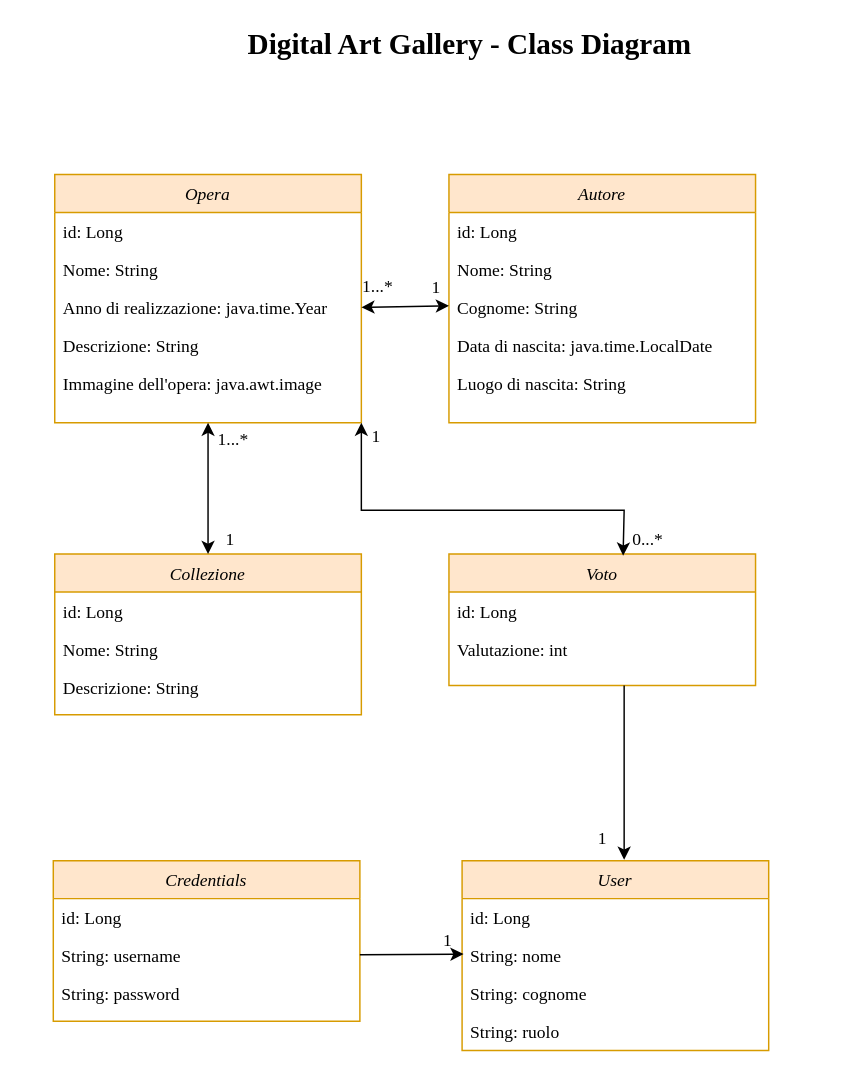
The draw.io diagram SIW-Digital-Art-Gallery-2022-Class_Diagram/SIW_Digital_Art_Gallery-Class_Diagram.drawio in DavideTedesco/SIW-Digital-Art-Gallery-2022, before the edit. Source tidied: cells renumbered, new cells numbered last; positions are measured from the earlier drawing's top-left corner, leaving out a move shared by most shapes. Both pictures are drawn from the tidied source at 146%, with x=0, y=0 at pixel (53, 28).
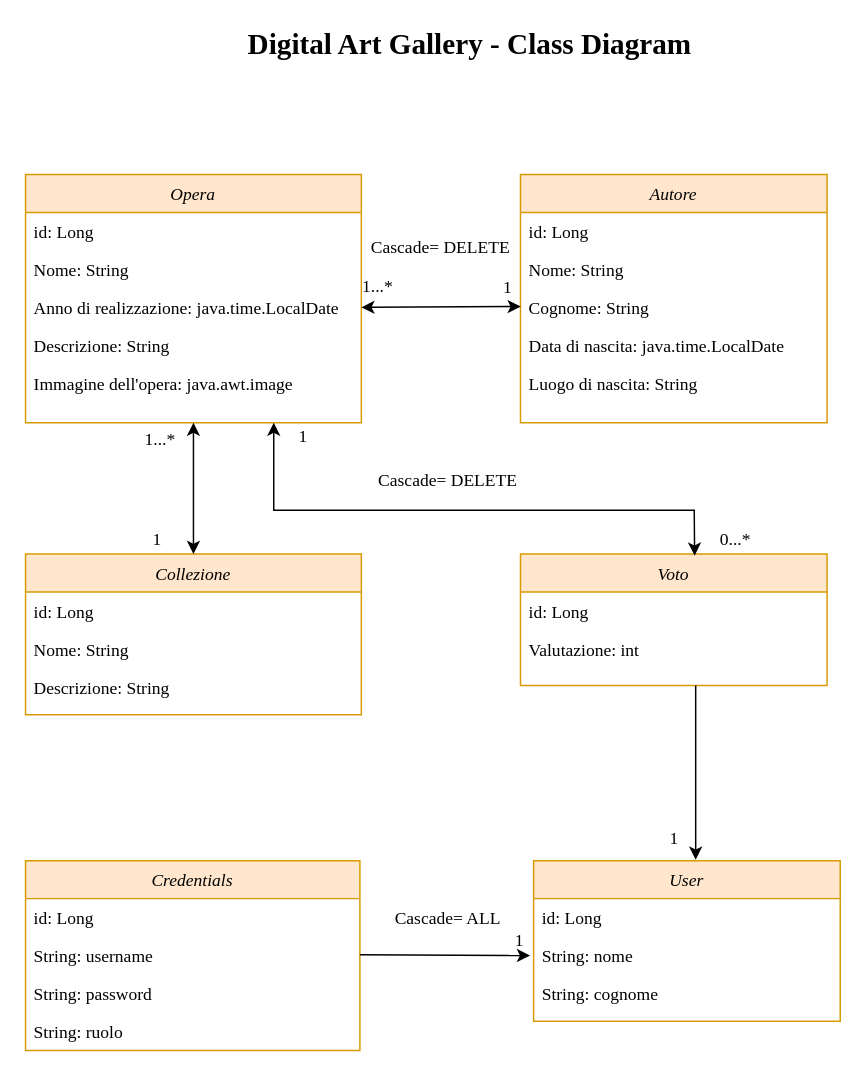
After the change.

Diff of the diagram source:
```diff
@@
     <mxCell id="2" value="Autore" style="swimlane;fontStyle=2;align=center;verticalAlign=top;horizontal=1;startSize=26;rounded=0;shadow=0;strokeWidth=1;fillColor=#ffe6cc;strokeColor=#d79b00;fontFamily=Garamond;" parent="1" vertex="1">
-      <mxGeometry x="271" y="100" width="210" height="170" as="geometry" />
+      <mxGeometry x="320" y="100" width="210" height="170" as="geometry" />
     </mxCell>
@@
     <mxCell id="8" value="Opera" style="swimlane;fontStyle=2;align=center;verticalAlign=top;horizontal=1;startSize=26;rounded=0;shadow=0;strokeWidth=1;fillColor=#ffe6cc;strokeColor=#d79b00;fontFamily=Garamond;" parent="1" vertex="1">
-      <mxGeometry x="1" y="100" width="210" height="170" as="geometry" />
+      <mxGeometry x="-19" y="100" width="230" height="170" as="geometry" />
     </mxCell>
     <mxCell id="9" value="id: Long" style="text;align=left;verticalAlign=top;spacingLeft=4;spacingRight=4;overflow=hidden;fontFamily=Garamond;" parent="8" vertex="1">
-      <mxGeometry y="26" width="210" height="26" as="geometry" />
+      <mxGeometry y="26" width="230" height="26" as="geometry" />
     </mxCell>
     <mxCell id="10" value="Nome: String" style="text;align=left;verticalAlign=top;spacingLeft=4;spacingRight=4;overflow=hidden;fontFamily=Garamond;" parent="8" vertex="1">
-      <mxGeometry y="52" width="210" height="26" as="geometry" />
+      <mxGeometry y="52" width="230" height="26" as="geometry" />
     </mxCell>
-    <mxCell id="11" value="Anno di realizzazione: java.time.Year" style="text;align=left;verticalAlign=top;spacingLeft=4;spacingRight=4;overflow=hidden;fontFamily=Garamond;" parent="8" vertex="1">
-      <mxGeometry y="78" width="210" height="26" as="geometry" />
+    <mxCell id="11" value="Anno di realizzazione: java.time.LocalDate" style="text;align=left;verticalAlign=top;spacingLeft=4;spacingRight=4;overflow=hidden;fontFamily=Garamond;" parent="8" vertex="1">
+      <mxGeometry y="78" width="230" height="26" as="geometry" />
     </mxCell>
     <mxCell id="12" value="Descrizione: String" style="text;align=left;verticalAlign=top;spacingLeft=4;spacingRight=4;overflow=hidden;fontFamily=Garamond;" parent="8" vertex="1">
-      <mxGeometry y="104" width="210" height="26" as="geometry" />
+      <mxGeometry y="104" width="230" height="26" as="geometry" />
     </mxCell>
     <mxCell id="13" value="Immagine dell'opera: java.awt.image" style="text;align=left;verticalAlign=top;spacingLeft=4;spacingRight=4;overflow=hidden;fontStyle=0;fontFamily=Garamond;" parent="8" vertex="1">
-      <mxGeometry y="130" width="210" height="26" as="geometry" />
+      <mxGeometry y="130" width="230" height="26" as="geometry" />
     </mxCell>
@@
     <mxCell id="15" value="Credentials" style="swimlane;fontStyle=2;align=center;verticalAlign=top;horizontal=1;startSize=26;rounded=0;shadow=0;strokeWidth=1;fillColor=#ffe6cc;strokeColor=#d79b00;fontFamily=Garamond;" parent="1" vertex="1">
-      <mxGeometry y="570" width="210" height="110" as="geometry" />
+      <mxGeometry x="-19" y="570" width="229" height="130" as="geometry" />
     </mxCell>
     <mxCell id="16" value="id: Long" style="text;align=left;verticalAlign=top;spacingLeft=4;spacingRight=4;overflow=hidden;fontFamily=Garamond;" parent="15" vertex="1">
-      <mxGeometry y="26" width="210" height="26" as="geometry" />
+      <mxGeometry y="26" width="229" height="26" as="geometry" />
     </mxCell>
     <mxCell id="17" value="String: username" style="text;align=left;verticalAlign=top;spacingLeft=4;spacingRight=4;overflow=hidden;fontFamily=Garamond;" parent="15" vertex="1">
-      <mxGeometry y="52" width="210" height="26" as="geometry" />
+      <mxGeometry y="52" width="229" height="26" as="geometry" />
     </mxCell>
     <mxCell id="18" value="String: password" style="text;align=left;verticalAlign=top;spacingLeft=4;spacingRight=4;overflow=hidden;fontFamily=Garamond;" parent="15" vertex="1">
-      <mxGeometry y="78" width="210" height="26" as="geometry" />
+      <mxGeometry y="78" width="229" height="26" as="geometry" />
     </mxCell>
+    <mxCell id="23" value="String: ruolo" style="text;align=left;verticalAlign=top;spacingLeft=4;spacingRight=4;overflow=hidden;fontFamily=Garamond;" parent="15" vertex="1">
+      <mxGeometry y="104" width="229" height="26" as="geometry" />
+    </mxCell>
     <mxCell id="19" value="User" style="swimlane;fontStyle=2;align=center;verticalAlign=top;horizontal=1;startSize=26;rounded=0;shadow=0;strokeWidth=1;fillColor=#ffe6cc;strokeColor=#d79b00;fontFamily=Garamond;" parent="1" vertex="1">
-      <mxGeometry x="280" y="570" width="210" height="130" as="geometry" />
+      <mxGeometry x="329" y="570" width="210" height="110" as="geometry" />
     </mxCell>
@@
-    <mxCell id="23" value="String: ruolo" style="text;align=left;verticalAlign=top;spacingLeft=4;spacingRight=4;overflow=hidden;fontFamily=Garamond;" parent="19" vertex="1">
-      <mxGeometry y="104" width="210" height="26" as="geometry" />
-    </mxCell>
-    <mxCell id="24" style="endArrow=classic;shadow=0;strokeWidth=1;rounded=0;endFill=1;edgeStyle=elbowEdgeStyle;elbow=vertical;fontFamily=Garamond;" parent="1" edge="1">
+    <mxCell id="24" style="endArrow=classic;shadow=0;strokeWidth=1;rounded=0;endFill=1;edgeStyle=elbowEdgeStyle;elbow=vertical;fontFamily=Garamond;entryX=0.877;entryY=1;entryDx=0;entryDy=0;entryPerimeter=0;" parent="1" edge="1" target="43">
       <mxGeometry x="0.5" y="41" relative="1" as="geometry">
         <mxPoint x="210" y="634.4" as="sourcePoint" />
-        <mxPoint x="281" y="634" as="targetPoint" />
         <mxPoint x="-40" y="32" as="offset" />
       </mxGeometry>
     </mxCell>
     <mxCell id="25" value="Collezione" style="swimlane;fontStyle=2;align=center;verticalAlign=top;horizontal=1;startSize=26;rounded=0;shadow=0;strokeWidth=1;fillColor=#ffe6cc;strokeColor=#d79b00;fontFamily=Garamond;" parent="1" vertex="1">
-      <mxGeometry x="1" y="360" width="210" height="110" as="geometry" />
+      <mxGeometry x="-19" y="360" width="230" height="110" as="geometry" />
     </mxCell>
     <mxCell id="26" value="id: Long" style="text;align=left;verticalAlign=top;spacingLeft=4;spacingRight=4;overflow=hidden;fontFamily=Garamond;" parent="25" vertex="1">
-      <mxGeometry y="26" width="210" height="26" as="geometry" />
+      <mxGeometry y="26" width="230" height="26" as="geometry" />
     </mxCell>
     <mxCell id="27" value="Nome: String" style="text;align=left;verticalAlign=top;spacingLeft=4;spacingRight=4;overflow=hidden;fontFamily=Garamond;" parent="25" vertex="1">
-      <mxGeometry y="52" width="210" height="26" as="geometry" />
+      <mxGeometry y="52" width="230" height="26" as="geometry" />
     </mxCell>
     <mxCell id="28" value="Descrizione: String" style="text;align=left;verticalAlign=top;spacingLeft=4;spacingRight=4;overflow=hidden;fontFamily=Garamond;" parent="25" vertex="1">
-      <mxGeometry y="78" width="210" height="26" as="geometry" />
+      <mxGeometry y="78" width="230" height="26" as="geometry" />
     </mxCell>
@@
-    <mxCell id="30" style="endArrow=classic;startArrow=classic;html=1;rounded=0;fontFamily=Garamond;" parent="1" edge="1">
+    <mxCell id="30" style="endArrow=classic;startArrow=classic;html=1;rounded=0;fontFamily=Garamond;exitX=0.959;exitY=1.123;exitDx=0;exitDy=0;exitPerimeter=0;" parent="1" edge="1" source="41">
       <mxGeometry relative="1" as="geometry">
-        <mxPoint x="271" y="190" as="sourcePoint" />
         <mxPoint x="211" y="191" as="targetPoint" />
       </mxGeometry>
     </mxCell>
     <mxCell id="31" value="1...*" style="align=left;verticalAlign=bottom;labelBackgroundColor=none;fontSize=12;fontFamily=Garamond;" parent="1" vertex="1">
-      <mxGeometry x="111" y="290" as="geometry" />
+      <mxGeometry x="61" y="290" as="geometry" />
     </mxCell>
     <mxCell id="32" value="1" style="text;html=1;align=center;verticalAlign=middle;fillColor=none;strokeColor=none;rounded=0;fontFamily=Garamond;" parent="1" vertex="1">
-      <mxGeometry x="111" y="340" width="20" height="20" as="geometry" />
+      <mxGeometry x="61" y="340" width="20" height="20" as="geometry" />
     </mxCell>
@@
     <mxCell id="34" value="Voto" style="swimlane;fontStyle=2;align=center;verticalAlign=top;horizontal=1;startSize=26;rounded=0;shadow=0;strokeWidth=1;fillColor=#ffe6cc;strokeColor=#d79b00;fontFamily=Garamond;" parent="1" vertex="1">
-      <mxGeometry x="271" y="360" width="210" height="90" as="geometry" />
+      <mxGeometry x="320" y="360" width="210" height="90" as="geometry" />
     </mxCell>
@@
     <mxCell id="37" style="endArrow=classic;shadow=0;strokeWidth=1;rounded=0;endFill=1;edgeStyle=elbowEdgeStyle;elbow=vertical;fontFamily=Garamond;" parent="1" edge="1">
       <mxGeometry x="0.5" y="41" relative="1" as="geometry">
-        <mxPoint x="391" y="450" as="sourcePoint" />
-        <mxPoint x="391" y="569.4" as="targetPoint" />
+        <mxPoint x="440" y="450" as="sourcePoint" />
+        <mxPoint x="440" y="569.4" as="targetPoint" />
         <mxPoint x="-40" y="32" as="offset" />
       </mxGeometry>
     </mxCell>
     <mxCell id="38" value="0...*" style="align=left;verticalAlign=bottom;labelBackgroundColor=none;fontSize=12;fontFamily=Garamond;" parent="1" vertex="1">
-      <mxGeometry x="81" y="300" as="geometry">
+      <mxGeometry x="141" y="300" as="geometry">
         <mxPoint x="314" y="58" as="offset" />
       </mxGeometry>
     </mxCell>
     <mxCell id="39" value="1" style="text;html=1;align=center;verticalAlign=middle;fillColor=none;strokeColor=none;rounded=0;fontFamily=Garamond;" parent="1" vertex="1">
-      <mxGeometry x="366" y="545" width="20" height="20" as="geometry" />
+      <mxGeometry x="415" y="545" width="20" height="20" as="geometry" />
     </mxCell>
-    <mxCell id="40" style="endArrow=classic;startArrow=classic;html=1;rounded=0;entryX=0.568;entryY=0.012;entryDx=0;entryDy=0;entryPerimeter=0;exitX=1;exitY=1;exitDx=0;exitDy=0;" parent="1" edge="1" source="8" target="34">
+    <mxCell id="40" style="endArrow=classic;startArrow=classic;html=1;rounded=0;entryX=0.568;entryY=0.012;entryDx=0;entryDy=0;entryPerimeter=0;" parent="1" edge="1" target="34">
       <mxGeometry relative="1" as="geometry">
+        <mxPoint x="151" y="270" as="sourcePoint" />
         <Array as="points">
-          <mxPoint x="211" y="330" />
-          <mxPoint x="391" y="330" />
+          <mxPoint x="151" y="330" />
+          <mxPoint x="439" y="330" />
         </Array>
       </mxGeometry>
     </mxCell>
     <mxCell id="41" value="1" style="text;html=1;align=center;verticalAlign=middle;points=[];fillColor=none;strokeColor=none;rounded=0;fontFamily=Garamond;" parent="1" vertex="1">
-      <mxGeometry x="252" y="168" width="20" height="20" as="geometry" />
+      <mxGeometry x="301" y="168" width="20" height="20" as="geometry" />
     </mxCell>
     <mxCell id="42" value="1" style="text;html=1;align=center;verticalAlign=middle;fillColor=none;strokeColor=none;rounded=0;fontFamily=Garamond;" parent="1" vertex="1">
-      <mxGeometry x="211" y="270" width="20" height="20" as="geometry" />
+      <mxGeometry x="161" y="270" width="20" height="20" as="geometry" />
     </mxCell>
     <mxCell id="43" value="1" style="text;html=1;align=center;verticalAlign=middle;points=[];fillColor=none;strokeColor=none;rounded=0;fontFamily=Garamond;" parent="1" vertex="1">
-      <mxGeometry x="260" y="615" width="20" height="20" as="geometry" />
+      <mxGeometry x="309" y="615" width="20" height="20" as="geometry" />
     </mxCell>
+    <mxCell id="44" value="Cascade= DELETE" style="text;html=1;align=center;verticalAlign=middle;fontFamily=Garamond;" parent="1" vertex="1">
+      <mxGeometry x="215" y="300" width="110" height="20" as="geometry" />
+    </mxCell>
+    <mxCell id="45" value="Cascade= DELETE" style="text;html=1;align=center;verticalAlign=middle;fontFamily=Garamond;" parent="1" vertex="1">
+      <mxGeometry x="210" y="140" width="110" height="20" as="geometry" />
+    </mxCell>
+    <mxCell id="46" value="Cascade= ALL" style="text;html=1;align=center;verticalAlign=middle;fontFamily=Garamond;" parent="1" vertex="1">
+      <mxGeometry x="225" y="600" width="90" height="20" as="geometry" />
+    </mxCell>
```
